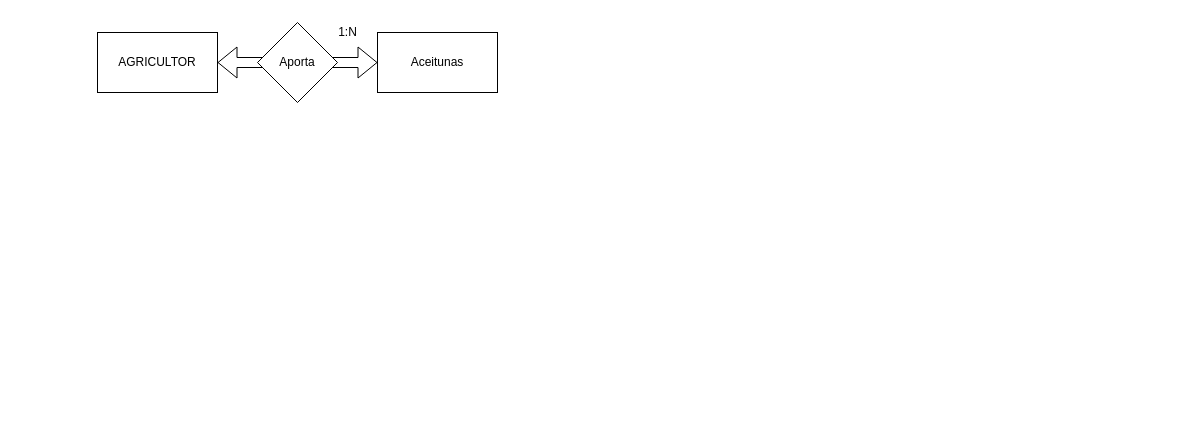
Earlier version of the draw.io diagram Ejercicio2 Presentacion.drawio (antonionavarro04/diagramas). Source tidied: cells renumbered, new cells numbered last; positions are measured from the earlier drawing's top-left corner, leaving out a move shared by most shapes. Both pictures are drawn from the tidied source at 100%, with x=0, y=0 at pixel (97, 17).
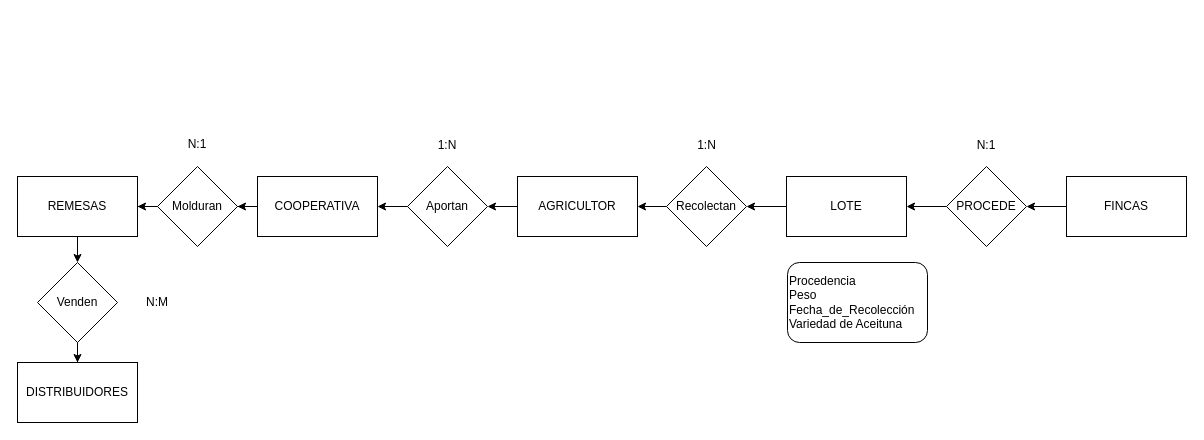
The same page after the edit.

Change to the diagram source:
```diff
@@
+    <mxCell id="7" style="edgeStyle=orthogonalEdgeStyle;rounded=0;jettySize=auto;html=1;" parent="1" edge="1" source="2" target="15">
+      <mxGeometry relative="1" as="geometry" />
+    </mxCell>
     <mxCell id="2" value="AGRICULTOR" style="rounded=0;whiteSpace=wrap;html=1;" parent="1" vertex="1">
-      <mxGeometry y="15" width="120" height="60" as="geometry" />
+      <mxGeometry x="420" y="159" width="120" height="60" as="geometry" />
     </mxCell>
+    <mxCell id="8" style="edgeStyle=orthogonalEdgeStyle;rounded=0;jettySize=auto;html=1;exitX=0;exitY=0.5;exitDx=0;exitDy=0;entryX=1;entryY=0.5;entryDx=0;entryDy=0;" parent="1" edge="1" source="3" target="5">
+      <mxGeometry relative="1" as="geometry" />
+    </mxCell>
-    <mxCell id="3" value="Aceitunas" style="rounded=0;whiteSpace=wrap;html=1;" parent="1" vertex="1">
-      <mxGeometry x="280" y="15" width="120" height="60" as="geometry" />
+    <mxCell id="3" value="LOTE" style="rounded=0;whiteSpace=wrap;html=1;" parent="1" vertex="1">
+      <mxGeometry x="689" y="159" width="120" height="60" as="geometry" />
     </mxCell>
-    <mxCell id="4" style="shape=flexArrow;endArrow=classic;startArrow=classic;html=1;rounded=0;entryX=0;entryY=0.5;entryDx=0;entryDy=0;exitX=1;exitY=0.5;exitDx=0;exitDy=0;" parent="1" edge="1" source="2" target="3">
-      <mxGeometry relative="1" as="geometry" />
-    </mxCell>
+    <mxCell id="6" value="1:N" style="text;html=1;align=center;verticalAlign=middle;strokeColor=none;fillColor=none;" parent="1" vertex="1">
+      <mxGeometry x="589" y="113" width="40" height="30" as="geometry" />
+    </mxCell>
+    <mxCell id="9" style="edgeStyle=orthogonalEdgeStyle;rounded=0;jettySize=auto;html=1;" parent="1" edge="1" source="10" target="12">
+      <mxGeometry relative="1" as="geometry" />
+    </mxCell>
+    <mxCell id="10" value="FINCAS" style="rounded=0;whiteSpace=wrap;html=1;" parent="1" vertex="1">
+      <mxGeometry x="969" y="159" width="120" height="60" as="geometry" />
+    </mxCell>
+    <mxCell id="11" style="edgeStyle=orthogonalEdgeStyle;rounded=0;jettySize=auto;html=1;" parent="1" edge="1" source="12" target="3">
+      <mxGeometry relative="1" as="geometry" />
+    </mxCell>
+    <mxCell id="12" value="PROCEDE" style="rhombus;whiteSpace=wrap;html=1;" parent="1" vertex="1">
+      <mxGeometry x="849" y="149" width="80" height="80" as="geometry" />
+    </mxCell>
+    <mxCell id="13" style="edgeStyle=orthogonalEdgeStyle;rounded=0;jettySize=auto;html=1;exitX=0;exitY=0.5;exitDx=0;exitDy=0;entryX=1;entryY=0.5;entryDx=0;entryDy=0;" parent="1" edge="1" source="5" target="2">
+      <mxGeometry relative="1" as="geometry" />
+    </mxCell>
-    <mxCell id="5" value="Aporta" style="rhombus;whiteSpace=wrap;html=1;" parent="1" vertex="1">
-      <mxGeometry x="160" y="5" width="80" height="80" as="geometry" />
+    <mxCell id="5" value="Recolectan" style="rhombus;whiteSpace=wrap;html=1;" parent="1" vertex="1">
+      <mxGeometry x="569" y="149" width="80" height="80" as="geometry" />
     </mxCell>
-    <mxCell id="6" value="1:N" style="text;html=1;align=center;verticalAlign=middle;strokeColor=none;fillColor=none;" parent="1" vertex="1">
-      <mxGeometry x="230" width="40" height="30" as="geometry" />
-    </mxCell>
+    <mxCell id="14" style="edgeStyle=orthogonalEdgeStyle;rounded=0;jettySize=auto;html=1;" parent="1" edge="1" source="15" target="17">
+      <mxGeometry relative="1" as="geometry" />
+    </mxCell>
+    <mxCell id="15" value="Aportan" style="rhombus;whiteSpace=wrap;html=1;" parent="1" vertex="1">
+      <mxGeometry x="310" y="149" width="80" height="80" as="geometry" />
+    </mxCell>
+    <mxCell id="16" style="edgeStyle=orthogonalEdgeStyle;rounded=0;jettySize=auto;html=1;" parent="1" edge="1" source="17" target="21">
+      <mxGeometry relative="1" as="geometry" />
+    </mxCell>
+    <mxCell id="17" value="COOPERATIVA" style="rounded=0;whiteSpace=wrap;html=1;" parent="1" vertex="1">
+      <mxGeometry x="160" y="159" width="120" height="60" as="geometry" />
+    </mxCell>
+    <mxCell id="18" style="edgeStyle=orthogonalEdgeStyle;rounded=0;jettySize=auto;html=1;" parent="1" edge="1" source="19" target="23">
+      <mxGeometry relative="1" as="geometry" />
+    </mxCell>
+    <mxCell id="19" value="REMESAS" style="rounded=0;whiteSpace=wrap;html=1;" parent="1" vertex="1">
+      <mxGeometry x="-80" y="159" width="120" height="60" as="geometry" />
+    </mxCell>
+    <mxCell id="20" style="edgeStyle=orthogonalEdgeStyle;rounded=0;jettySize=auto;html=1;" parent="1" edge="1" source="21" target="19">
+      <mxGeometry relative="1" as="geometry" />
+    </mxCell>
+    <mxCell id="21" value="Molduran" style="rhombus;whiteSpace=wrap;html=1;" parent="1" vertex="1">
+      <mxGeometry x="60" y="149" width="80" height="80" as="geometry" />
+    </mxCell>
+    <mxCell id="22" style="edgeStyle=orthogonalEdgeStyle;rounded=0;jettySize=auto;html=1;" parent="1" edge="1" source="23" target="24">
+      <mxGeometry relative="1" as="geometry" />
+    </mxCell>
+    <mxCell id="23" value="Venden" style="rhombus;whiteSpace=wrap;html=1;" parent="1" vertex="1">
+      <mxGeometry x="-60" y="245" width="80" height="80" as="geometry" />
+    </mxCell>
+    <mxCell id="24" value="DISTRIBUIDORES" style="rounded=0;whiteSpace=wrap;html=1;" parent="1" vertex="1">
+      <mxGeometry x="-80" y="345" width="120" height="60" as="geometry" />
+    </mxCell>
+    <mxCell id="25" value="N:1" style="text;html=1;strokeColor=none;fillColor=none;align=center;verticalAlign=middle;whiteSpace=wrap;rounded=0;" parent="1" vertex="1">
+      <mxGeometry x="859" y="113" width="60" height="30" as="geometry" />
+    </mxCell>
+    <mxCell id="26" value="1:N" style="text;html=1;strokeColor=none;fillColor=none;align=center;verticalAlign=middle;whiteSpace=wrap;rounded=0;" parent="1" vertex="1">
+      <mxGeometry x="320" y="113" width="60" height="30" as="geometry" />
+    </mxCell>
+    <mxCell id="27" value="N:1" style="text;html=1;strokeColor=none;fillColor=none;align=center;verticalAlign=middle;whiteSpace=wrap;rounded=0;" parent="1" vertex="1">
+      <mxGeometry x="70" y="112" width="60" height="30" as="geometry" />
+    </mxCell>
+    <mxCell id="28" value="N:M" style="text;html=1;strokeColor=none;fillColor=none;align=center;verticalAlign=middle;whiteSpace=wrap;rounded=0;" parent="1" vertex="1">
+      <mxGeometry x="30" y="270" width="60" height="30" as="geometry" />
+    </mxCell>
+    <mxCell id="29" value="&lt;span style=&quot;&quot;&gt;Procedencia&lt;/span&gt;&lt;br style=&quot;&quot;&gt;&lt;span style=&quot;&quot;&gt;Peso&lt;/span&gt;&lt;br style=&quot;&quot;&gt;&lt;span style=&quot;&quot;&gt;Fecha_de_Recolección&lt;br&gt;Variedad de Aceituna&lt;br&gt;&lt;/span&gt;" style="rounded=1;whiteSpace=wrap;html=1;align=left;" parent="1" vertex="1">
+      <mxGeometry x="690" y="245" width="140" height="80" as="geometry" />
+    </mxCell>
```
